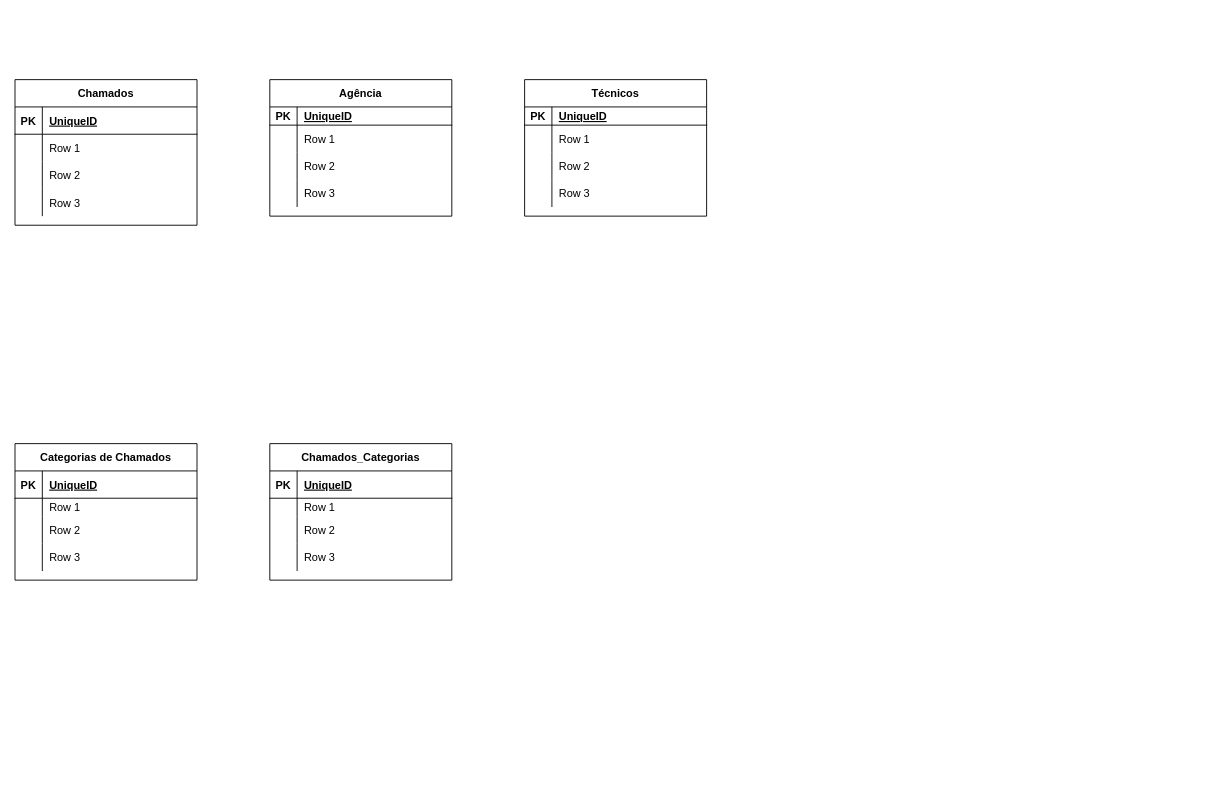
flaviosantospqri/CallUp_API keeps this draw.io diagram as Capstone-Q3.drawio. Above is the earlier version. Source tidied: cells renumbered, new cells numbered last; positions are measured from the earlier drawing's top-left corner, leaving out a move shared by most shapes. Both pictures are drawn from the tidied source at 91%, with x=0, y=0 at pixel (15, 79).
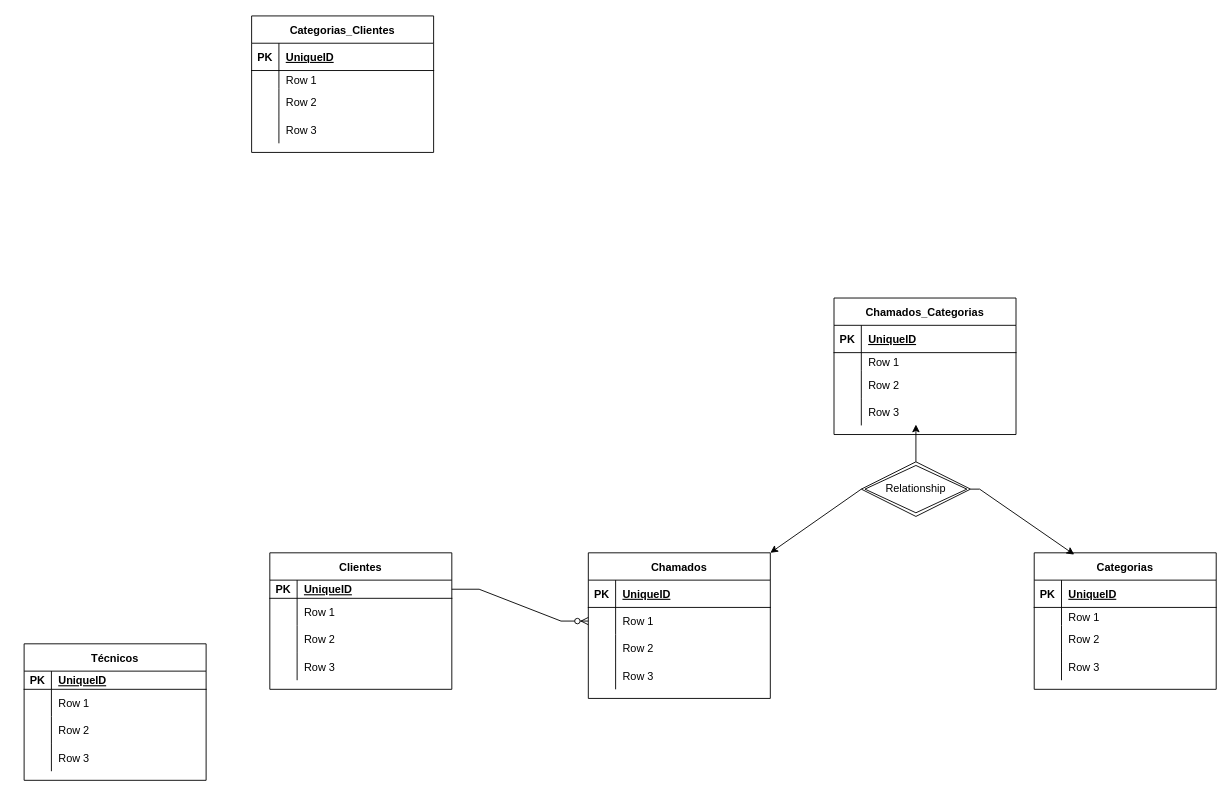
The same page after the edit.

Unchanged cells that the change refers to:
```xml
<mxCell id="6" style="shape=tableRow;horizontal=0;startSize=0;swimlaneHead=0;swimlaneBody=0;fillColor=none;points=[[0,0.5],[1,0.5]];portConstraint=eastwest;top=0;left=0;right=0;bottom=0;" parent="2" vertex="1">
  <mxGeometry y="60" width="200" height="30" as="geometry" />
</mxCell>
<mxCell id="16" style="shape=tableRow;horizontal=0;startSize=0;swimlaneHead=0;swimlaneBody=0;fillColor=none;points=[[0,0.5],[1,0.5]];portConstraint=eastwest;top=0;left=0;right=0;bottom=1;" parent="15" vertex="1">
  <mxGeometry y="30" width="200" height="20" as="geometry" />
</mxCell>
<mxCell id="64" style="shape=tableRow;horizontal=0;startSize=0;swimlaneHead=0;swimlaneBody=0;fillColor=none;points=[[0,0.5],[1,0.5]];portConstraint=eastwest;top=0;left=0;right=0;bottom=0;" parent="54" vertex="1">
  <mxGeometry y="110" width="200" height="30" as="geometry" />
</mxCell>
```

Diff of the diagram source:
```diff
@@
     <mxCell id="2" value="Chamados" style="shape=table;startSize=30;childLayout=tableLayout;rowLines=0;fontStyle=1;align=center;" parent="1" vertex="1">
-      <mxGeometry width="200" height="160" as="geometry" />
+      <mxGeometry x="630" y="520" width="200" height="160" as="geometry" />
     </mxCell>
@@
-    <mxCell id="15" value="Agência" style="shape=table;startSize=30;childLayout=tableLayout;rowLines=0;fontStyle=1;align=center;" parent="1" vertex="1">
-      <mxGeometry x="280" width="200" height="150" as="geometry" />
+    <mxCell id="15" value="Clientes" style="shape=table;startSize=30;childLayout=tableLayout;rowLines=0;fontStyle=1;align=center;" parent="1" vertex="1">
+      <mxGeometry x="280" y="520" width="200" height="150" as="geometry" />
     </mxCell>
@@
-    <mxCell id="28" value="Categorias de Chamados" style="shape=table;startSize=30;childLayout=tableLayout;rowLines=0;fontStyle=1;align=center;" parent="1" vertex="1">
-      <mxGeometry y="400" width="200" height="150" as="geometry" />
+    <mxCell id="28" value="Categorias" style="shape=table;startSize=30;childLayout=tableLayout;rowLines=0;fontStyle=1;align=center;" parent="1" vertex="1">
+      <mxGeometry x="1120" y="520" width="200" height="150" as="geometry" />
     </mxCell>
@@
     <mxCell id="41" value="Técnicos" style="shape=table;startSize=30;childLayout=tableLayout;rowLines=0;fontStyle=1;align=center;" parent="1" vertex="1">
-      <mxGeometry x="560" width="200" height="150" as="geometry" />
+      <mxGeometry x="10" y="620" width="200" height="150" as="geometry" />
     </mxCell>
@@
     <mxCell id="54" value="Chamados_Categorias" style="shape=table;startSize=30;childLayout=tableLayout;rowLines=0;fontStyle=1;align=center;" parent="1" vertex="1">
-      <mxGeometry x="280" y="400" width="200" height="150" as="geometry" />
+      <mxGeometry x="900" y="240" width="200" height="150" as="geometry" />
     </mxCell>
@@
+    <mxCell id="67" value="Categorias_Clientes" style="shape=table;startSize=30;childLayout=tableLayout;rowLines=0;fontStyle=1;align=center;" parent="1" vertex="1">
+      <mxGeometry x="260" y="-70" width="200" height="150" as="geometry" />
+    </mxCell>
+    <mxCell id="68" style="shape=tableRow;horizontal=0;startSize=0;swimlaneHead=0;swimlaneBody=0;fillColor=none;top=0;left=0;right=0;bottom=1;" parent="67" vertex="1">
+      <mxGeometry y="30" width="200" height="30" as="geometry" />
+    </mxCell>
+    <mxCell id="69" value="PK" style="shape=partialRectangle;fillColor=none;top=0;left=0;bottom=0;right=0;fontStyle=1;overflow=hidden;" parent="68" vertex="1">
+      <mxGeometry width="30" height="30" as="geometry" />
+    </mxCell>
+    <mxCell id="70" value="UniqueID" style="shape=partialRectangle;fillColor=none;top=0;left=0;bottom=0;right=0;align=left;spacingLeft=6;fontStyle=5;overflow=hidden;" parent="68" vertex="1">
+      <mxGeometry x="30" width="170" height="30" as="geometry" />
+    </mxCell>
+    <mxCell id="71" style="shape=tableRow;horizontal=0;startSize=0;swimlaneHead=0;swimlaneBody=0;fillColor=none;top=0;left=0;right=0;bottom=0;" parent="67" vertex="1">
+      <mxGeometry y="60" width="200" height="20" as="geometry" />
+    </mxCell>
+    <mxCell id="72" style="shape=partialRectangle;fillColor=none;top=0;left=0;bottom=0;right=0;overflow=hidden;" parent="71" vertex="1">
+      <mxGeometry width="30" height="20" as="geometry" />
+    </mxCell>
+    <mxCell id="73" value="Row 1" style="shape=partialRectangle;fillColor=none;top=0;left=0;bottom=0;right=0;align=left;spacingLeft=6;overflow=hidden;" parent="71" vertex="1">
+      <mxGeometry x="30" width="170" height="20" as="geometry" />
+    </mxCell>
+    <mxCell id="74" style="shape=tableRow;horizontal=0;startSize=0;swimlaneHead=0;swimlaneBody=0;fillColor=none;top=0;left=0;right=0;bottom=0;" parent="67" vertex="1">
+      <mxGeometry y="80" width="200" height="30" as="geometry" />
+    </mxCell>
+    <mxCell id="75" style="shape=partialRectangle;fillColor=none;top=0;left=0;bottom=0;right=0;overflow=hidden;" parent="74" vertex="1">
+      <mxGeometry width="30" height="30" as="geometry" />
+    </mxCell>
+    <mxCell id="76" value="Row 2" style="shape=partialRectangle;fillColor=none;top=0;left=0;bottom=0;right=0;align=left;spacingLeft=6;overflow=hidden;" parent="74" vertex="1">
+      <mxGeometry x="30" width="170" height="30" as="geometry" />
+    </mxCell>
+    <mxCell id="77" style="shape=tableRow;horizontal=0;startSize=0;swimlaneHead=0;swimlaneBody=0;fillColor=none;top=0;left=0;right=0;bottom=0;" parent="67" vertex="1">
+      <mxGeometry y="110" width="200" height="30" as="geometry" />
+    </mxCell>
+    <mxCell id="78" style="shape=partialRectangle;fillColor=none;top=0;left=0;bottom=0;right=0;overflow=hidden;" parent="77" vertex="1">
+      <mxGeometry width="30" height="30" as="geometry" />
+    </mxCell>
+    <mxCell id="79" value="Row 3" style="shape=partialRectangle;fillColor=none;top=0;left=0;bottom=0;right=0;align=left;spacingLeft=6;overflow=hidden;" parent="77" vertex="1">
+      <mxGeometry x="30" width="170" height="30" as="geometry" />
+    </mxCell>
+    <mxCell id="80" style="edgeStyle=entityRelationEdgeStyle;fontSize=12;html=1;endArrow=ERzeroToMany;endFill=1;rounded=0;exitX=1;exitY=0.5;exitDx=0;exitDy=0;entryX=0;entryY=0.5;entryDx=0;entryDy=0;" parent="1" edge="1" source="16" target="6">
+      <mxGeometry relative="1" as="geometry" />
+    </mxCell>
+    <mxCell id="81" style="edgeStyle=none;rounded=0;jettySize=auto;html=1;entryX=0.22;entryY=0.013;entryDx=0;entryDy=0;entryPerimeter=0;" parent="1" edge="1" source="84" target="28">
+      <mxGeometry relative="1" as="geometry">
+        <Array as="points">
+          <mxPoint x="1060" y="450" />
+        </Array>
+      </mxGeometry>
+    </mxCell>
+    <mxCell id="82" style="edgeStyle=none;rounded=0;jettySize=auto;html=1;exitX=0;exitY=0.5;exitDx=0;exitDy=0;entryX=1;entryY=0;entryDx=0;entryDy=0;" parent="1" edge="1" source="84" target="2">
+      <mxGeometry relative="1" as="geometry" />
+    </mxCell>
+    <mxCell id="83" style="edgeStyle=none;rounded=0;jettySize=auto;html=1;exitX=0.5;exitY=0;exitDx=0;exitDy=0;entryX=0.45;entryY=0.967;entryDx=0;entryDy=0;entryPerimeter=0;" parent="1" edge="1" source="84" target="64">
+      <mxGeometry relative="1" as="geometry" />
+    </mxCell>
+    <mxCell id="84" value="Relationship" style="shape=rhombus;double=1;perimeter=rhombusPerimeter;whiteSpace=wrap;html=1;align=center;" parent="1" vertex="1">
+      <mxGeometry x="930" y="420" width="120" height="60" as="geometry" />
+    </mxCell>
```
